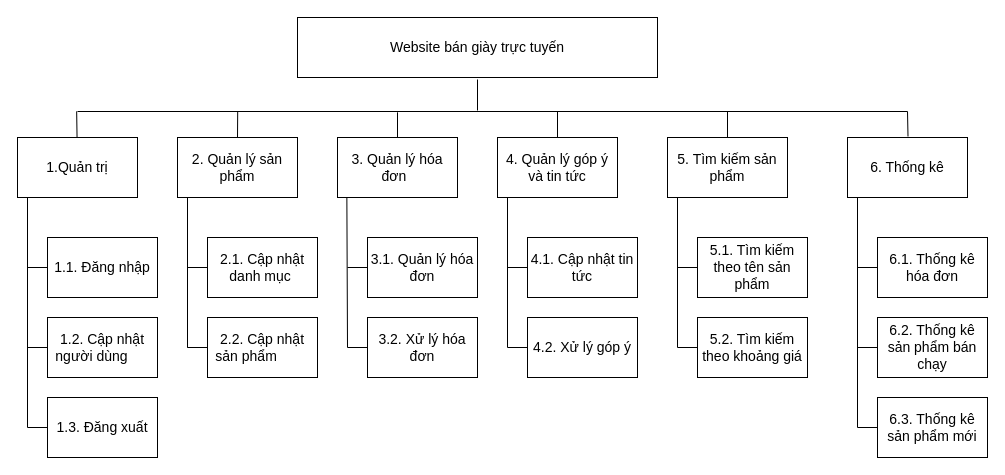
Clow295/Clow295 keeps this draw.io diagram as page "biểu đồ phân cấp chức năng" (2 of 4) of bai3.drawio. Above is the earlier version. Source tidied: cells renumbered, new cells numbered last; positions are measured from the earlier drawing's top-left corner, leaving out a move shared by most shapes. Both pictures are drawn from the tidied source at 100%, with x=0, y=0 at pixel (17, 17).
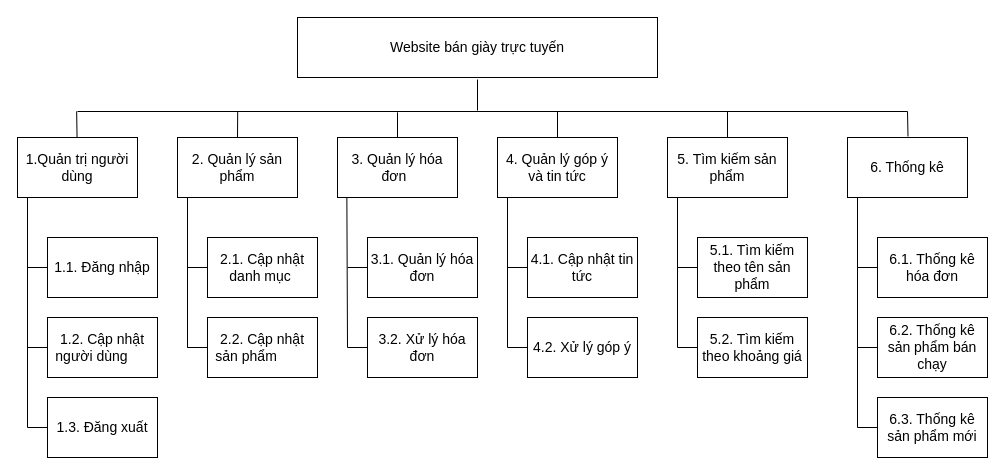
The same page after the edit.

The edit, as a diff of the source:
```diff
@@
-    <mxCell id="5" value="1.Quản trị" style="rounded=0;whiteSpace=wrap;html=1;fontSize=14;" parent="1" vertex="1">
+    <mxCell id="5" value="1.Quản trị người dùng" style="rounded=0;whiteSpace=wrap;html=1;fontSize=14;" parent="1" vertex="1">
       <mxGeometry y="120" width="120" height="60" as="geometry" />
     </mxCell>
```
